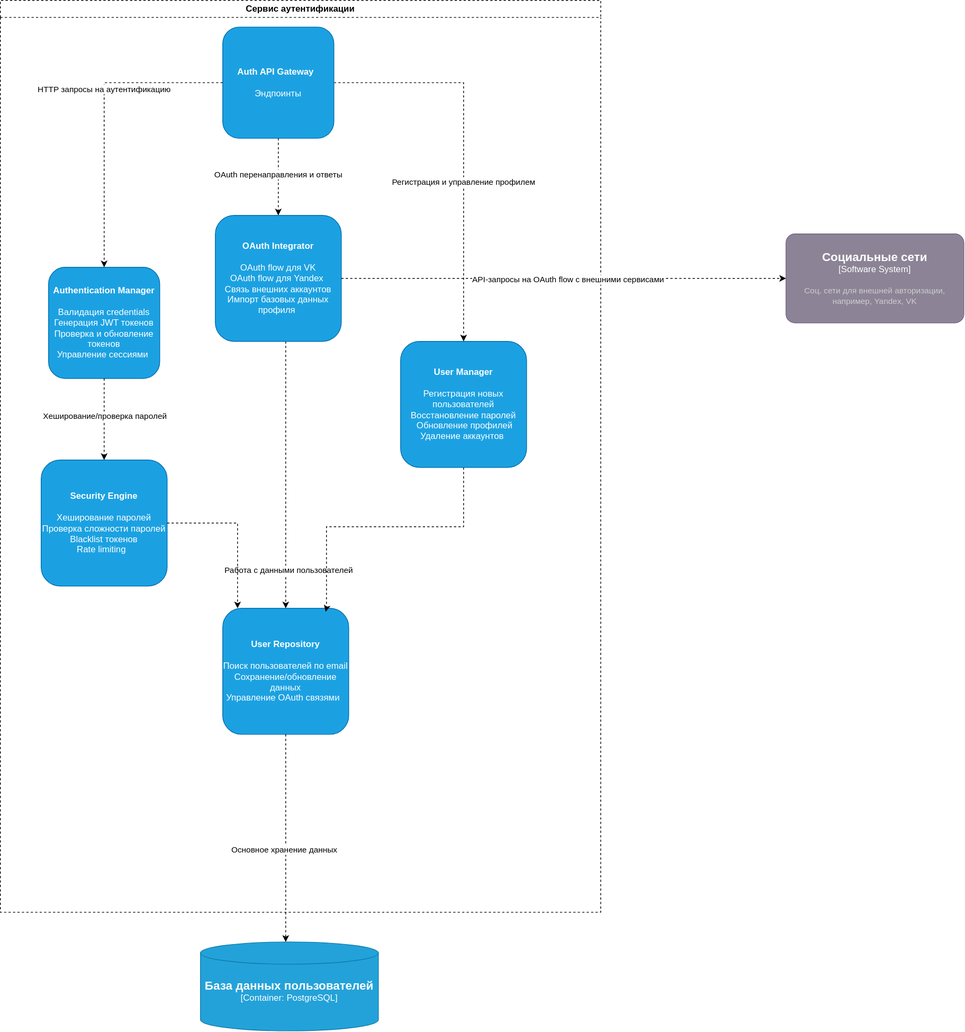
This is lab2/auth component.svg from Gucol1/architecture-design, a draw.io export, as it was before one commit. Source tidied: cells renumbered, new cells last; positions are measured from the earlier drawing's top-left corner, leaving out a move shared by most shapes.
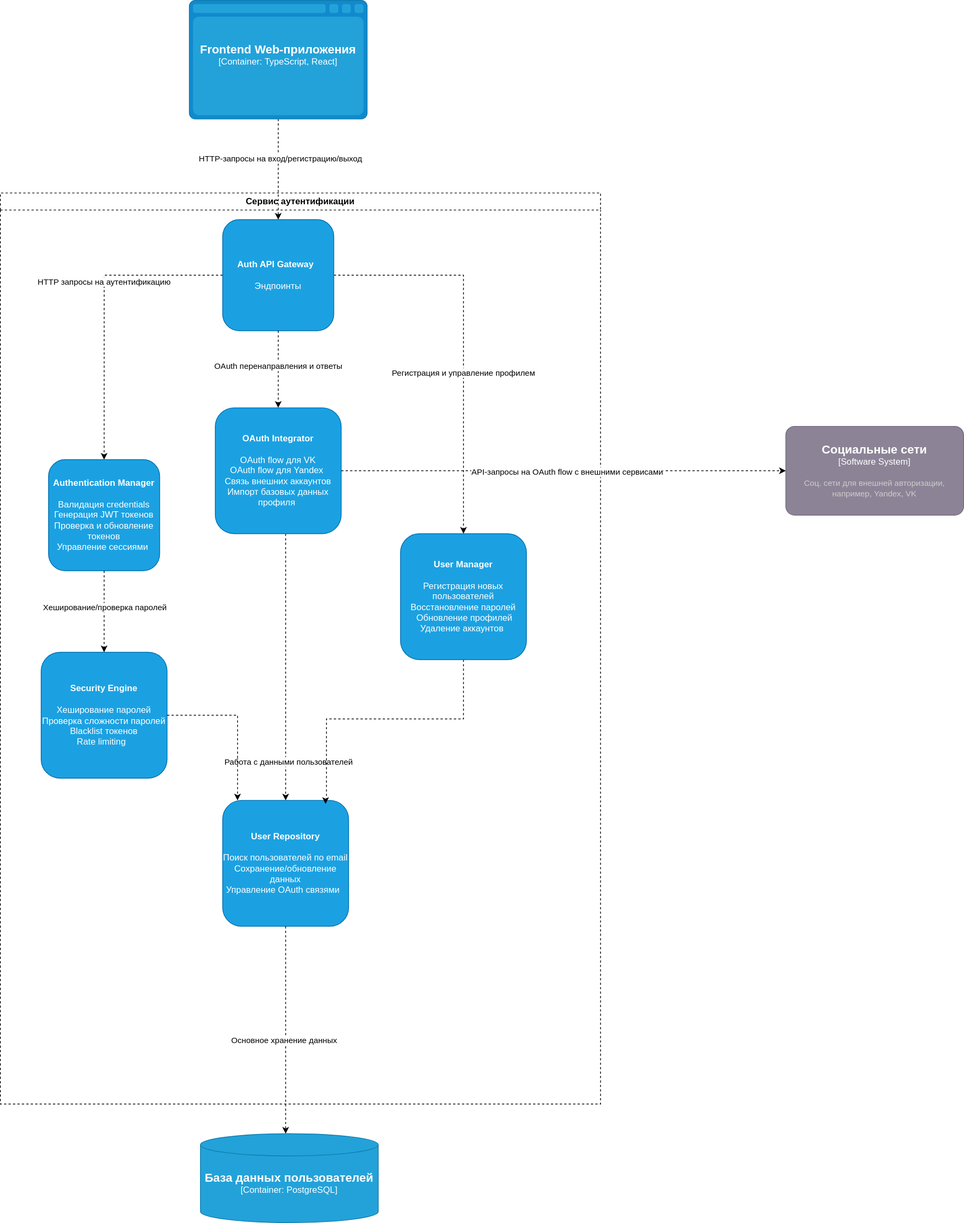
Above is the later version.

Change to the diagram source:
```diff
@@ -98,5 +98,16 @@
     <mxCell id="26" value="API-запросы на OAuth flow с внешними сервисами" style="edgeLabel;html=1;align=center;verticalAlign=middle;" parent="25" vertex="1">
       <mxGeometry x="0.01" y="-1" relative="1" as="geometry" />
     </mxCell>
+    <mxCell id="27" style="edgeStyle=orthogonalEdgeStyle;rounded=0;jettySize=auto;html=1;entryX=0.5;entryY=0;entryDx=0;entryDy=0;dashed=1;" parent="1" edge="1" source="29" target="12">
+      <mxGeometry relative="1" as="geometry" />
+    </mxCell>
+    <mxCell id="28" value="HTTP-запросы на вход/регистрацию/выход" style="edgeLabel;html=1;align=center;verticalAlign=middle;" parent="27" vertex="1">
+      <mxGeometry x="-0.22" y="2" relative="1" as="geometry" />
+    </mxCell>
+    <object id="29" label="&lt;font style=&quot;font-size: 16px&quot;&gt;&lt;b&gt;%c4Name%&lt;/b&gt;&lt;/font&gt;&lt;div&gt;[%c4Type%:&amp;nbsp;%c4Technology%]&lt;/div&gt;&lt;br&gt;&lt;div&gt;&lt;font style=&quot;font-size: 11px&quot;&gt;&lt;font color=&quot;#E6E6E6&quot;&gt;%c4Description%&lt;/font&gt;&lt;/div&gt;" c4Description="" c4Name="Frontend Web-приложения" c4Technology="TypeScript, React" c4Type="Container" placeholders="1">
+      <mxCell style="shape=mxgraph.c4.webBrowserContainer2;whiteSpace=wrap;html=1;boundedLbl=1;rounded=0;labelBackgroundColor=none;strokeColor=#118ACD;fillColor=#23A2D9;strokeColor=#118ACD;strokeColor2=#0E7DAD;fontSize=12;fontColor=#ffffff;align=center;points=[[0.5,0,0],[1,0.25,0],[1,0.5,0],[1,0.75,0],[0.5,1,0],[0,0.75,0],[0,0.5,0],[0,0.25,0]];" parent="1" vertex="1">
+        <mxGeometry x="255" y="-260" width="240" height="160" as="geometry" />
+      </mxCell>
+    </object>
   </root>
 </mxGraphModel>
```
